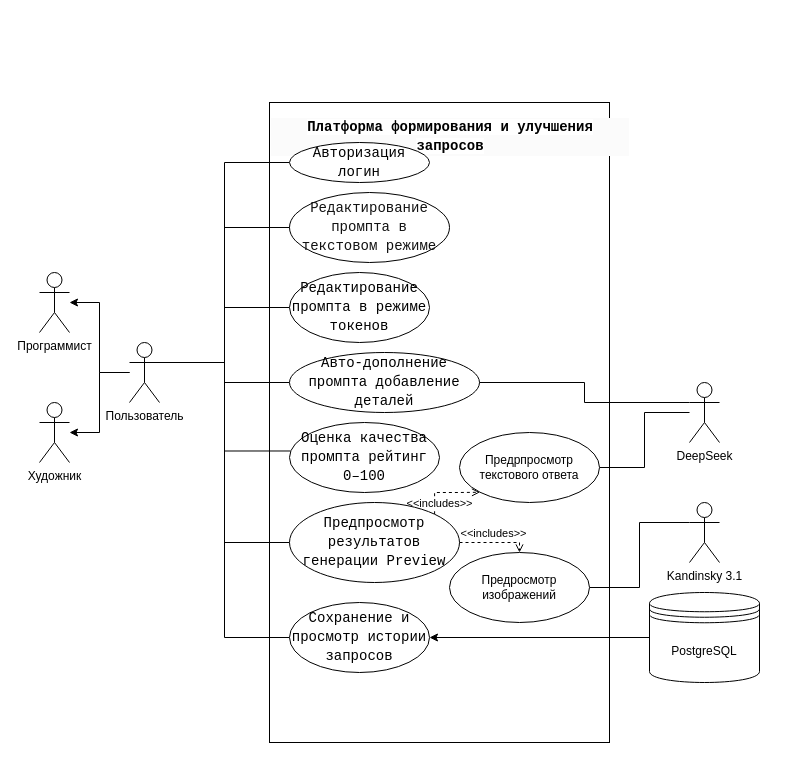
The draw.io diagram docs/12_100229_1_188207/Диплом use case.drawio in EugeneSamokhval/Prompt-editor-project, before the edit. Source tidied: cells renumbered, new cells numbered last; positions are measured from the earlier drawing's top-left corner, leaving out a move shared by most shapes. Both pictures are drawn from the tidied source at 100%, with x=0, y=0 at pixel (39, 102).
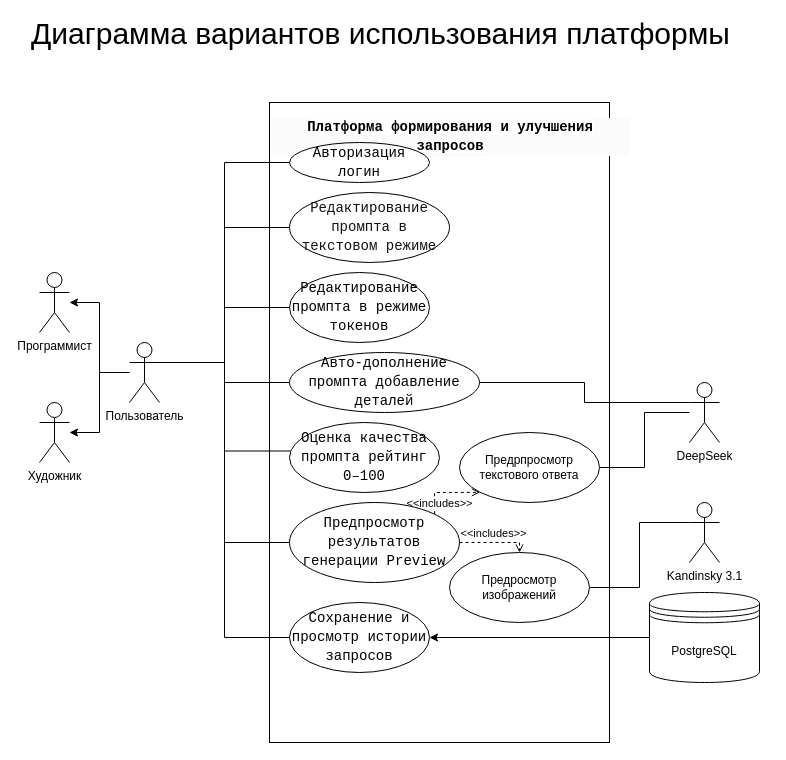
The same page after the edit.

Change to the diagram source:
```diff
@@
+    <mxCell id="36" value="&lt;div style=&quot;font-weight: normal; line-height: 19px; font-size: 30px;&quot;&gt;&lt;div style=&quot;font-size: 30px;&quot;&gt;&lt;span style=&quot;font-size: 30px;&quot;&gt;&lt;font style=&quot;font-size: 30px;&quot;&gt;Диаграмма вариантов использования платформы&lt;/font&gt;&lt;/span&gt;&lt;/div&gt;&lt;/div&gt;" style="text;whiteSpace=wrap;html=1;fontColor=default;labelBackgroundColor=none;fontSize=30;" parent="1" vertex="1">
+      <mxGeometry x="-10" y="-85" width="740" height="40" as="geometry" />
+    </mxCell>
```
